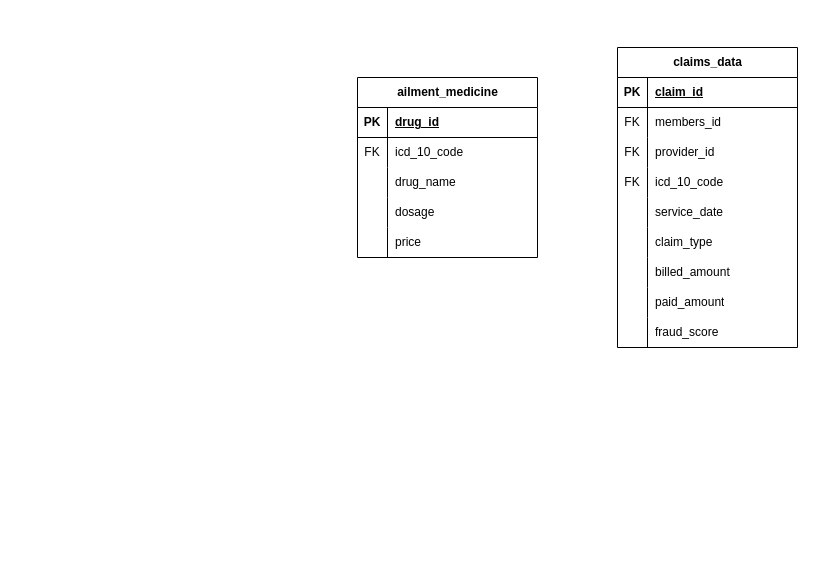
Above: ERD.drawio in AllanLovesToBlog/CSCU9B3-Assignment-1 (draw.io), before the change. Source tidied: cells renumbered, new cells numbered last; positions are measured from the earlier drawing's top-left corner, leaving out a move shared by most shapes. Both pictures are drawn from the tidied source at 100%, with x=0, y=0 at pixel (357, 47).
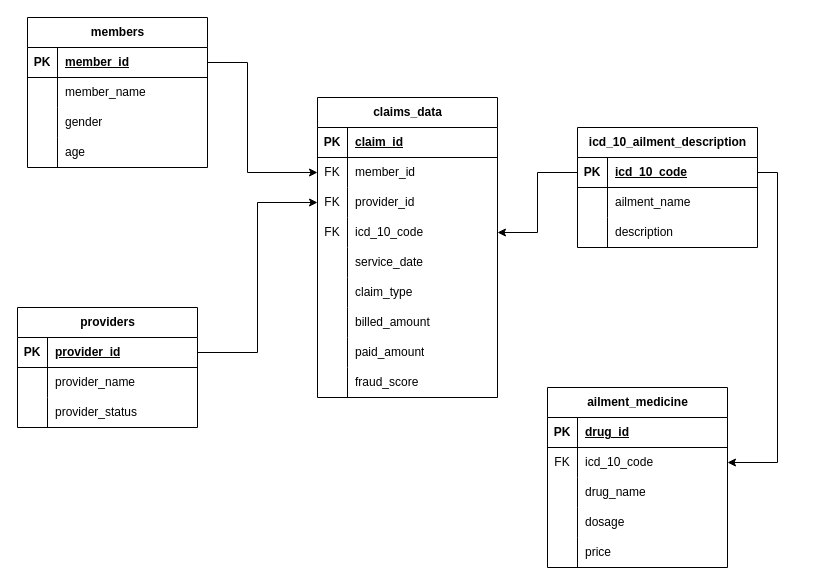
Above is the later version.

Commit message (it also covers changes not shown here):
finished with ERD

Unchanged cells that the change refers to:
```xml
<mxCell id="6" style="shape=tableRow;horizontal=0;startSize=0;swimlaneHead=0;swimlaneBody=0;fillColor=none;points=[[0,0.5],[1,0.5]];portConstraint=eastwest;top=0;left=0;right=0;bottom=0;" parent="2" vertex="1">
  <mxGeometry y="60" width="180" height="30" as="geometry" />
</mxCell>
<mxCell id="22" style="shape=tableRow;horizontal=0;startSize=0;swimlaneHead=0;swimlaneBody=0;fillColor=none;points=[[0,0.5],[1,0.5]];portConstraint=eastwest;top=0;left=0;right=0;bottom=0;" parent="18" vertex="1">
  <mxGeometry y="60" width="180" height="30" as="geometry" />
</mxCell>
<mxCell id="25" style="shape=tableRow;horizontal=0;startSize=0;swimlaneHead=0;swimlaneBody=0;fillColor=none;points=[[0,0.5],[1,0.5]];portConstraint=eastwest;top=0;left=0;right=0;bottom=0;" parent="18" vertex="1">
  <mxGeometry y="90" width="180" height="30" as="geometry" />
</mxCell>
<mxCell id="28" style="shape=tableRow;horizontal=0;startSize=0;swimlaneHead=0;swimlaneBody=0;fillColor=none;points=[[0,0.5],[1,0.5]];portConstraint=eastwest;top=0;left=0;right=0;bottom=0;" parent="18" vertex="1">
  <mxGeometry y="120" width="180" height="30" as="geometry" />
</mxCell>
```

Change to the diagram source:
```diff
@@
     <mxCell id="2" value="ailment_medicine" style="shape=table;startSize=30;childLayout=tableLayout;rowLines=0;fontStyle=1;align=center;html=1;" parent="1" vertex="1">
-      <mxGeometry y="30" width="180" height="180" as="geometry" />
+      <mxGeometry x="190" y="340" width="180" height="180" as="geometry" />
     </mxCell>
@@
     <mxCell id="18" value="claims_data" style="shape=table;startSize=30;childLayout=tableLayout;rowLines=0;fontStyle=1;align=center;html=1;" parent="1" vertex="1">
-      <mxGeometry x="260" width="180" height="300" as="geometry" />
+      <mxGeometry x="-40" y="50" width="180" height="300" as="geometry" />
     </mxCell>
@@
-    <mxCell id="24" value="members_id" style="shape=partialRectangle;fillColor=none;top=0;left=0;bottom=0;right=0;align=left;spacingLeft=6;overflow=hidden;whiteSpace=wrap;html=1;" parent="22" vertex="1">
+    <mxCell id="24" value="member_id" style="shape=partialRectangle;fillColor=none;top=0;left=0;bottom=0;right=0;align=left;spacingLeft=6;overflow=hidden;whiteSpace=wrap;html=1;" parent="22" vertex="1">
       <mxGeometry x="30" width="150" height="30" as="geometry" />
     </mxCell>
@@
+    <mxCell id="46" value="members" style="shape=table;startSize=30;childLayout=tableLayout;rowLines=0;fontStyle=1;align=center;html=1;" parent="1" vertex="1">
+      <mxGeometry x="-330" y="-30" width="180" height="150" as="geometry" />
+    </mxCell>
+    <mxCell id="47" style="shape=tableRow;horizontal=0;startSize=0;swimlaneHead=0;swimlaneBody=0;fillColor=none;points=[[0,0.5],[1,0.5]];portConstraint=eastwest;top=0;left=0;right=0;bottom=1;" parent="46" vertex="1">
+      <mxGeometry y="30" width="180" height="30" as="geometry" />
+    </mxCell>
+    <mxCell id="48" value="PK" style="shape=partialRectangle;fillColor=none;top=0;left=0;bottom=0;right=0;fontStyle=1;overflow=hidden;whiteSpace=wrap;html=1;" parent="47" vertex="1">
+      <mxGeometry width="30" height="30" as="geometry" />
+    </mxCell>
+    <mxCell id="49" value="member_id" style="shape=partialRectangle;fillColor=none;top=0;left=0;bottom=0;right=0;align=left;spacingLeft=6;fontStyle=5;overflow=hidden;whiteSpace=wrap;html=1;" parent="47" vertex="1">
+      <mxGeometry x="30" width="150" height="30" as="geometry" />
+    </mxCell>
+    <mxCell id="50" style="shape=tableRow;horizontal=0;startSize=0;swimlaneHead=0;swimlaneBody=0;fillColor=none;top=0;left=0;right=0;bottom=0;" parent="46" vertex="1">
+      <mxGeometry y="60" width="180" height="30" as="geometry" />
+    </mxCell>
+    <mxCell id="51" style="shape=partialRectangle;fillColor=none;top=0;left=0;bottom=0;right=0;overflow=hidden;whiteSpace=wrap;html=1;" parent="50" vertex="1">
+      <mxGeometry width="30" height="30" as="geometry" />
+    </mxCell>
+    <mxCell id="52" value="member_name" style="shape=partialRectangle;fillColor=none;top=0;left=0;bottom=0;right=0;align=left;spacingLeft=6;overflow=hidden;whiteSpace=wrap;html=1;" parent="50" vertex="1">
+      <mxGeometry x="30" width="150" height="30" as="geometry" />
+    </mxCell>
+    <mxCell id="53" style="shape=tableRow;horizontal=0;startSize=0;swimlaneHead=0;swimlaneBody=0;fillColor=none;top=0;left=0;right=0;bottom=0;" parent="46" vertex="1">
+      <mxGeometry y="90" width="180" height="30" as="geometry" />
+    </mxCell>
+    <mxCell id="54" style="shape=partialRectangle;fillColor=none;top=0;left=0;bottom=0;right=0;overflow=hidden;whiteSpace=wrap;html=1;" parent="53" vertex="1">
+      <mxGeometry width="30" height="30" as="geometry" />
+    </mxCell>
+    <mxCell id="55" value="gender" style="shape=partialRectangle;fillColor=none;top=0;left=0;bottom=0;right=0;align=left;spacingLeft=6;overflow=hidden;whiteSpace=wrap;html=1;" parent="53" vertex="1">
+      <mxGeometry x="30" width="150" height="30" as="geometry" />
+    </mxCell>
+    <mxCell id="56" style="shape=tableRow;horizontal=0;startSize=0;swimlaneHead=0;swimlaneBody=0;fillColor=none;top=0;left=0;right=0;bottom=0;" parent="46" vertex="1">
+      <mxGeometry y="120" width="180" height="30" as="geometry" />
+    </mxCell>
+    <mxCell id="57" style="shape=partialRectangle;fillColor=none;top=0;left=0;bottom=0;right=0;overflow=hidden;whiteSpace=wrap;html=1;" parent="56" vertex="1">
+      <mxGeometry width="30" height="30" as="geometry" />
+    </mxCell>
+    <mxCell id="58" value="age" style="shape=partialRectangle;fillColor=none;top=0;left=0;bottom=0;right=0;align=left;spacingLeft=6;overflow=hidden;whiteSpace=wrap;html=1;" parent="56" vertex="1">
+      <mxGeometry x="30" width="150" height="30" as="geometry" />
+    </mxCell>
+    <mxCell id="59" value="providers" style="shape=table;startSize=30;childLayout=tableLayout;rowLines=0;fontStyle=1;align=center;html=1;" parent="1" vertex="1">
+      <mxGeometry x="-340" y="260" width="180" height="120" as="geometry" />
+    </mxCell>
+    <mxCell id="60" style="shape=tableRow;horizontal=0;startSize=0;swimlaneHead=0;swimlaneBody=0;fillColor=none;points=[[0,0.5],[1,0.5]];portConstraint=eastwest;top=0;left=0;right=0;bottom=1;" parent="59" vertex="1">
+      <mxGeometry y="30" width="180" height="30" as="geometry" />
+    </mxCell>
+    <mxCell id="61" value="PK" style="shape=partialRectangle;fillColor=none;top=0;left=0;bottom=0;right=0;fontStyle=1;overflow=hidden;whiteSpace=wrap;html=1;" parent="60" vertex="1">
+      <mxGeometry width="30" height="30" as="geometry" />
+    </mxCell>
+    <mxCell id="62" value="provider_id" style="shape=partialRectangle;fillColor=none;top=0;left=0;bottom=0;right=0;align=left;spacingLeft=6;fontStyle=5;overflow=hidden;whiteSpace=wrap;html=1;" parent="60" vertex="1">
+      <mxGeometry x="30" width="150" height="30" as="geometry" />
+    </mxCell>
+    <mxCell id="63" style="shape=tableRow;horizontal=0;startSize=0;swimlaneHead=0;swimlaneBody=0;fillColor=none;top=0;left=0;right=0;bottom=0;" parent="59" vertex="1">
+      <mxGeometry y="60" width="180" height="30" as="geometry" />
+    </mxCell>
+    <mxCell id="64" style="shape=partialRectangle;fillColor=none;top=0;left=0;bottom=0;right=0;overflow=hidden;whiteSpace=wrap;html=1;" parent="63" vertex="1">
+      <mxGeometry width="30" height="30" as="geometry" />
+    </mxCell>
+    <mxCell id="65" value="provider_name" style="shape=partialRectangle;fillColor=none;top=0;left=0;bottom=0;right=0;align=left;spacingLeft=6;overflow=hidden;whiteSpace=wrap;html=1;" parent="63" vertex="1">
+      <mxGeometry x="30" width="150" height="30" as="geometry" />
+    </mxCell>
+    <mxCell id="66" style="shape=tableRow;horizontal=0;startSize=0;swimlaneHead=0;swimlaneBody=0;fillColor=none;top=0;left=0;right=0;bottom=0;" parent="59" vertex="1">
+      <mxGeometry y="90" width="180" height="30" as="geometry" />
+    </mxCell>
+    <mxCell id="67" style="shape=partialRectangle;fillColor=none;top=0;left=0;bottom=0;right=0;overflow=hidden;whiteSpace=wrap;html=1;" parent="66" vertex="1">
+      <mxGeometry width="30" height="30" as="geometry" />
+    </mxCell>
+    <mxCell id="68" value="provider_status" style="shape=partialRectangle;fillColor=none;top=0;left=0;bottom=0;right=0;align=left;spacingLeft=6;overflow=hidden;whiteSpace=wrap;html=1;" parent="66" vertex="1">
+      <mxGeometry x="30" width="150" height="30" as="geometry" />
+    </mxCell>
+    <mxCell id="69" value="icd_10_ailment_description" style="shape=table;startSize=30;childLayout=tableLayout;rowLines=0;fontStyle=1;align=center;html=1;" parent="1" vertex="1">
+      <mxGeometry x="220" y="80" width="180" height="120" as="geometry" />
+    </mxCell>
+    <mxCell id="70" style="shape=tableRow;horizontal=0;startSize=0;swimlaneHead=0;swimlaneBody=0;fillColor=none;points=[[0,0.5],[1,0.5]];portConstraint=eastwest;top=0;left=0;right=0;bottom=1;" parent="69" vertex="1">
+      <mxGeometry y="30" width="180" height="30" as="geometry" />
+    </mxCell>
+    <mxCell id="71" value="PK" style="shape=partialRectangle;fillColor=none;top=0;left=0;bottom=0;right=0;fontStyle=1;overflow=hidden;whiteSpace=wrap;html=1;" parent="70" vertex="1">
+      <mxGeometry width="30" height="30" as="geometry" />
+    </mxCell>
+    <mxCell id="72" value="icd_10_code" style="shape=partialRectangle;fillColor=none;top=0;left=0;bottom=0;right=0;align=left;spacingLeft=6;fontStyle=5;overflow=hidden;whiteSpace=wrap;html=1;" parent="70" vertex="1">
+      <mxGeometry x="30" width="150" height="30" as="geometry" />
+    </mxCell>
+    <mxCell id="73" style="shape=tableRow;horizontal=0;startSize=0;swimlaneHead=0;swimlaneBody=0;fillColor=none;top=0;left=0;right=0;bottom=0;" parent="69" vertex="1">
+      <mxGeometry y="60" width="180" height="30" as="geometry" />
+    </mxCell>
+    <mxCell id="74" style="shape=partialRectangle;fillColor=none;top=0;left=0;bottom=0;right=0;overflow=hidden;whiteSpace=wrap;html=1;" parent="73" vertex="1">
+      <mxGeometry width="30" height="30" as="geometry" />
+    </mxCell>
+    <mxCell id="75" value="ailment_name" style="shape=partialRectangle;fillColor=none;top=0;left=0;bottom=0;right=0;align=left;spacingLeft=6;overflow=hidden;whiteSpace=wrap;html=1;" parent="73" vertex="1">
+      <mxGeometry x="30" width="150" height="30" as="geometry" />
+    </mxCell>
+    <mxCell id="76" style="shape=tableRow;horizontal=0;startSize=0;swimlaneHead=0;swimlaneBody=0;fillColor=none;top=0;left=0;right=0;bottom=0;" parent="69" vertex="1">
+      <mxGeometry y="90" width="180" height="30" as="geometry" />
+    </mxCell>
+    <mxCell id="77" style="shape=partialRectangle;fillColor=none;top=0;left=0;bottom=0;right=0;overflow=hidden;whiteSpace=wrap;html=1;" parent="76" vertex="1">
+      <mxGeometry width="30" height="30" as="geometry" />
+    </mxCell>
+    <mxCell id="78" value="description" style="shape=partialRectangle;fillColor=none;top=0;left=0;bottom=0;right=0;align=left;spacingLeft=6;overflow=hidden;whiteSpace=wrap;html=1;" parent="76" vertex="1">
+      <mxGeometry x="30" width="150" height="30" as="geometry" />
+    </mxCell>
+    <mxCell id="79" style="edgeStyle=orthogonalEdgeStyle;rounded=0;jettySize=auto;html=1;exitX=1;exitY=0.5;exitDx=0;exitDy=0;" parent="1" edge="1" source="70" target="6">
+      <mxGeometry relative="1" as="geometry" />
+    </mxCell>
+    <mxCell id="80" style="edgeStyle=orthogonalEdgeStyle;rounded=0;jettySize=auto;html=1;exitX=1;exitY=0.5;exitDx=0;exitDy=0;" parent="1" edge="1" source="47" target="22">
+      <mxGeometry relative="1" as="geometry">
+        <Array as="points">
+          <mxPoint x="-110" y="15" />
+          <mxPoint x="-110" y="125" />
+        </Array>
+      </mxGeometry>
+    </mxCell>
+    <mxCell id="81" style="edgeStyle=orthogonalEdgeStyle;rounded=0;jettySize=auto;html=1;exitX=1;exitY=0.5;exitDx=0;exitDy=0;" parent="1" edge="1" source="60" target="25">
+      <mxGeometry relative="1" as="geometry" />
+    </mxCell>
+    <mxCell id="82" style="edgeStyle=orthogonalEdgeStyle;rounded=0;jettySize=auto;html=1;exitX=0;exitY=0.5;exitDx=0;exitDy=0;" parent="1" edge="1" source="70" target="28">
+      <mxGeometry relative="1" as="geometry" />
+    </mxCell>
```
